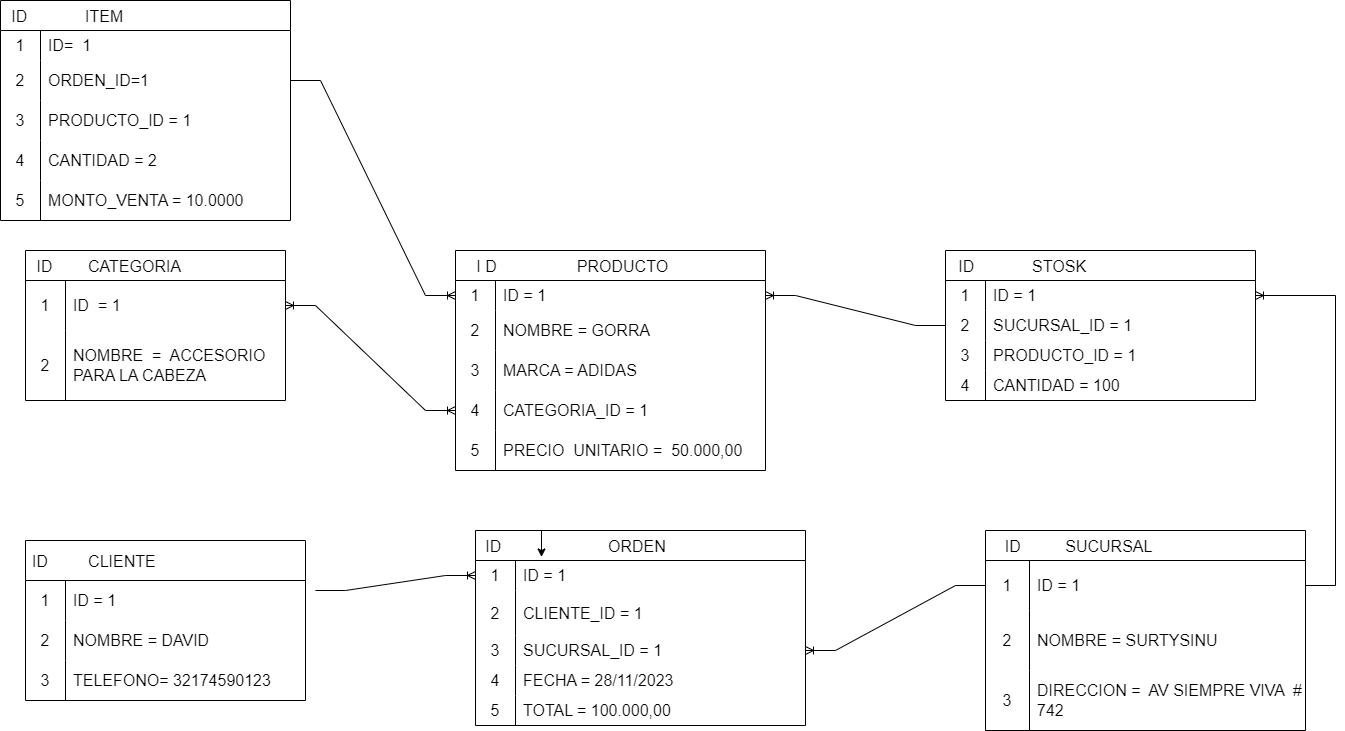
Before: DB CADEENA DE TIENDAS .drawio.png, a diagram exported from draw.io (Ra0608/DIAGRAMA_ER). Source tidied: cells renumbered, new cells last; positions are measured from the earlier drawing's top-left corner, leaving out a move shared by most shapes.
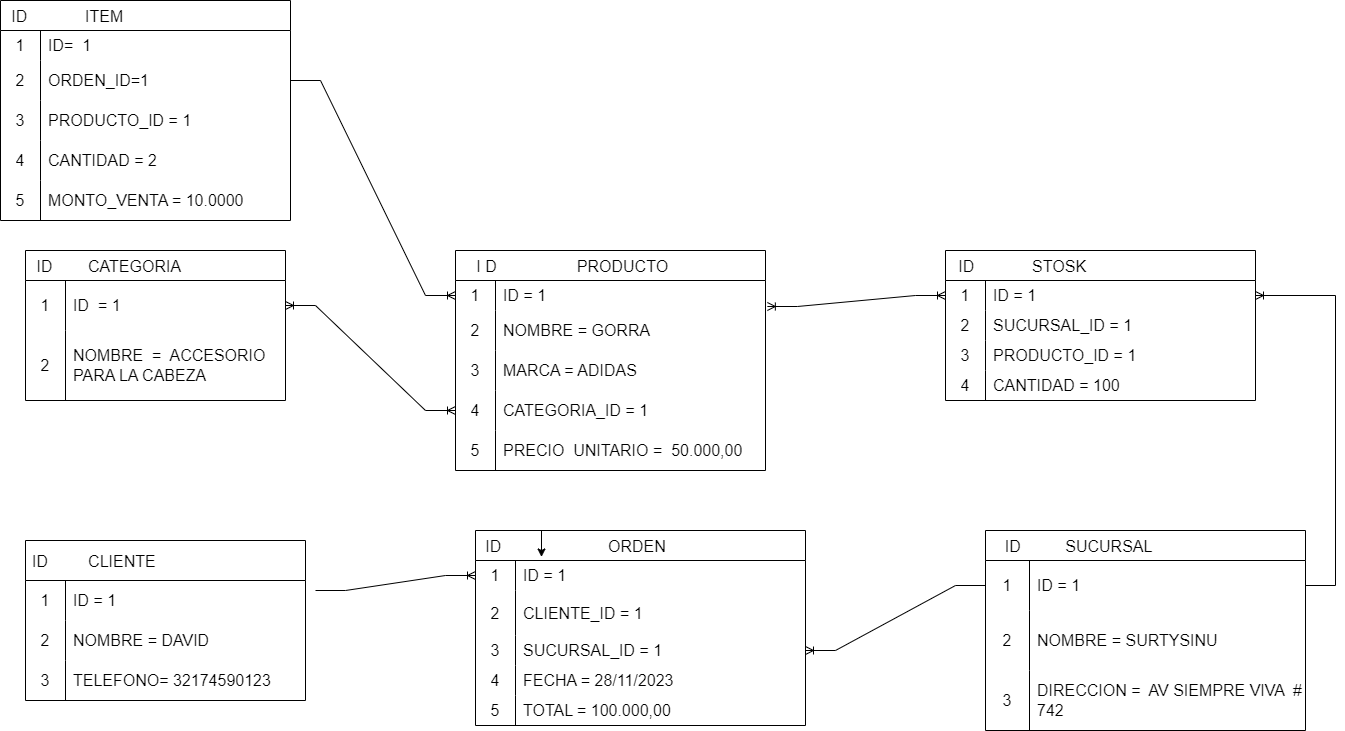
Above is the later version.

The edit, as a diff of the source:
```diff
@@ -290,18 +290,14 @@
     <mxCell id="93" style="edgeStyle=entityRelationEdgeStyle;fontSize=12;html=1;endArrow=ERoneToMany;rounded=0;entryX=1;entryY=0.5;entryDx=0;entryDy=0;" parent="1" edge="1" source="26" target="63">
       <mxGeometry relative="1" as="geometry" />
     </mxCell>
-    <mxCell id="94" style="edgeStyle=entityRelationEdgeStyle;fontSize=12;html=1;endArrow=ERoneToMany;rounded=0;entryX=1;entryY=0.5;entryDx=0;entryDy=0;exitX=0;exitY=0.5;exitDx=0;exitDy=0;" parent="1" edge="1" source="66" target="10">
-      <mxGeometry relative="1" as="geometry">
-        <Array as="points">
-          <mxPoint x="1050" />
-        </Array>
-      </mxGeometry>
-    </mxCell>
     <mxCell id="95" style="edgeStyle=entityRelationEdgeStyle;fontSize=12;html=1;endArrow=ERoneToMany;rounded=0;exitX=1;exitY=0.5;exitDx=0;exitDy=0;entryX=0;entryY=0.5;entryDx=0;entryDy=0;" parent="1" edge="1" source="79" target="10">
       <mxGeometry relative="1" as="geometry" />
     </mxCell>
     <mxCell id="96" style="edgeStyle=entityRelationEdgeStyle;fontSize=12;html=1;endArrow=ERoneToMany;startArrow=ERoneToMany;rounded=0;entryX=0;entryY=0.5;entryDx=0;entryDy=0;exitX=1;exitY=0.5;exitDx=0;exitDy=0;" parent="1" edge="1" source="3" target="19">
       <mxGeometry relative="1" as="geometry" />
     </mxCell>
+    <mxCell id="97" style="edgeStyle=entityRelationEdgeStyle;fontSize=12;html=1;endArrow=ERoneToMany;startArrow=ERoneToMany;rounded=0;entryX=0;entryY=0.5;entryDx=0;entryDy=0;exitX=1.006;exitY=-0.1;exitDx=0;exitDy=0;exitPerimeter=0;" parent="1" edge="1" source="13" target="63">
+      <mxGeometry relative="1" as="geometry" />
+    </mxCell>
   </root>
 </mxGraphModel>
```
